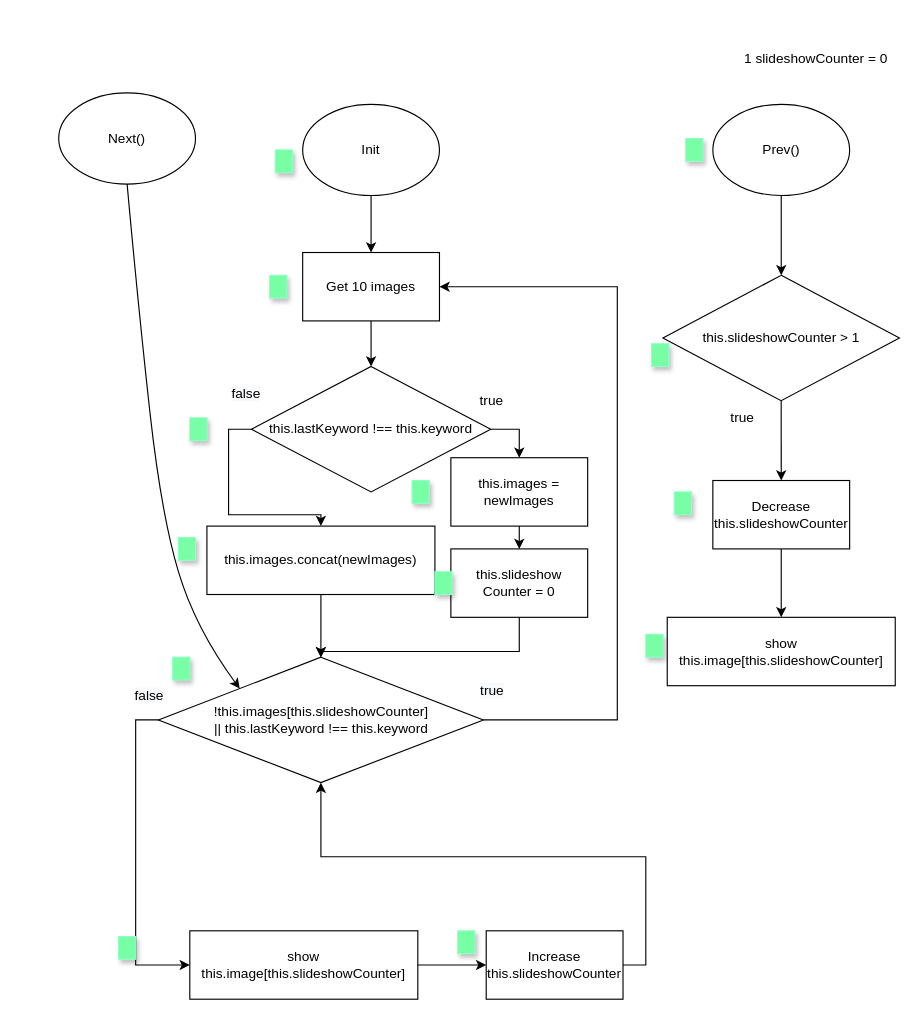
The draw.io diagram page "With Navigation + LastKeyword + Next Control" (4 of 4) of planning/carousel_flowchart_diagram.drawio in simwai/random-gifs, before the edit. Source tidied: cells renumbered, new cells numbered last; positions are measured from the earlier drawing's top-left corner, leaving out a move shared by most shapes. Both pictures are drawn from the tidied source at 114%, with x=0, y=0 at pixel (58, 47).
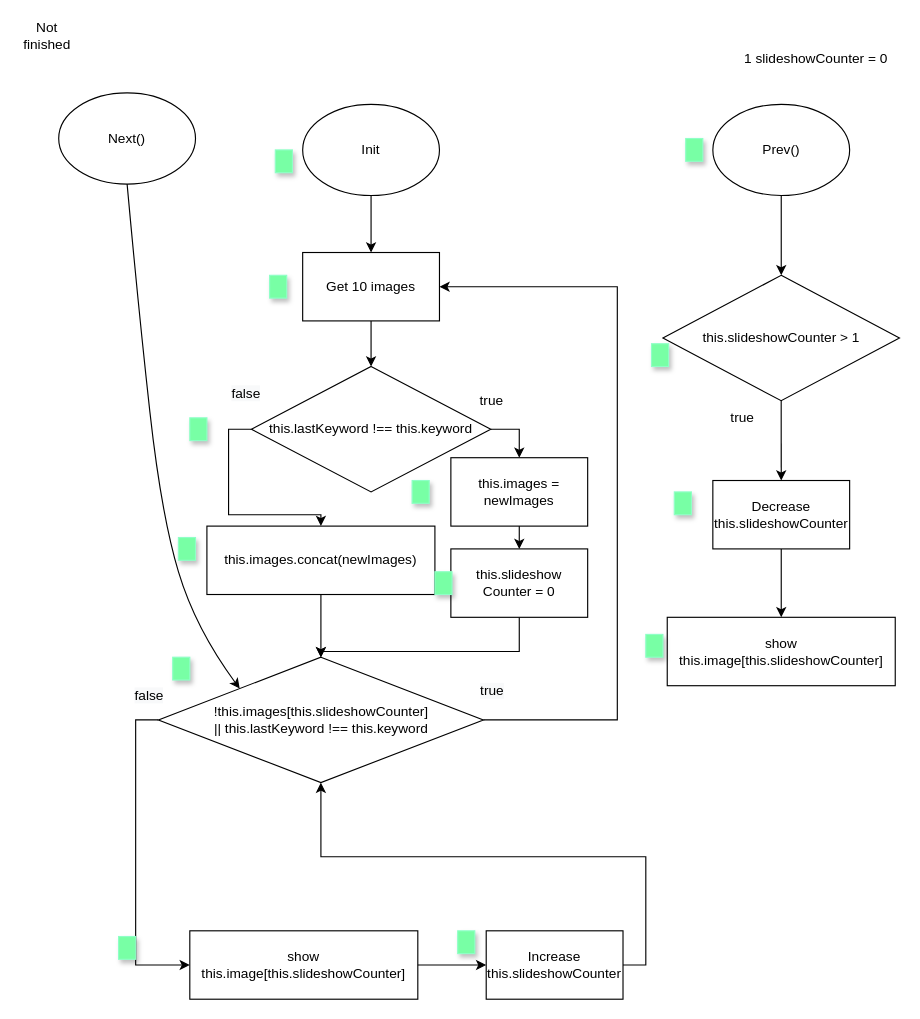
After the change.

Change to the diagram source:
```diff
@@
+    <mxCell id="50" value="Not finished" style="text;html=1;strokeColor=none;fillColor=none;align=center;verticalAlign=middle;whiteSpace=wrap;rounded=0;shadow=1;" parent="1" vertex="1">
+      <mxGeometry x="-30" y="-20" width="40" height="20" as="geometry" />
+    </mxCell>
```
